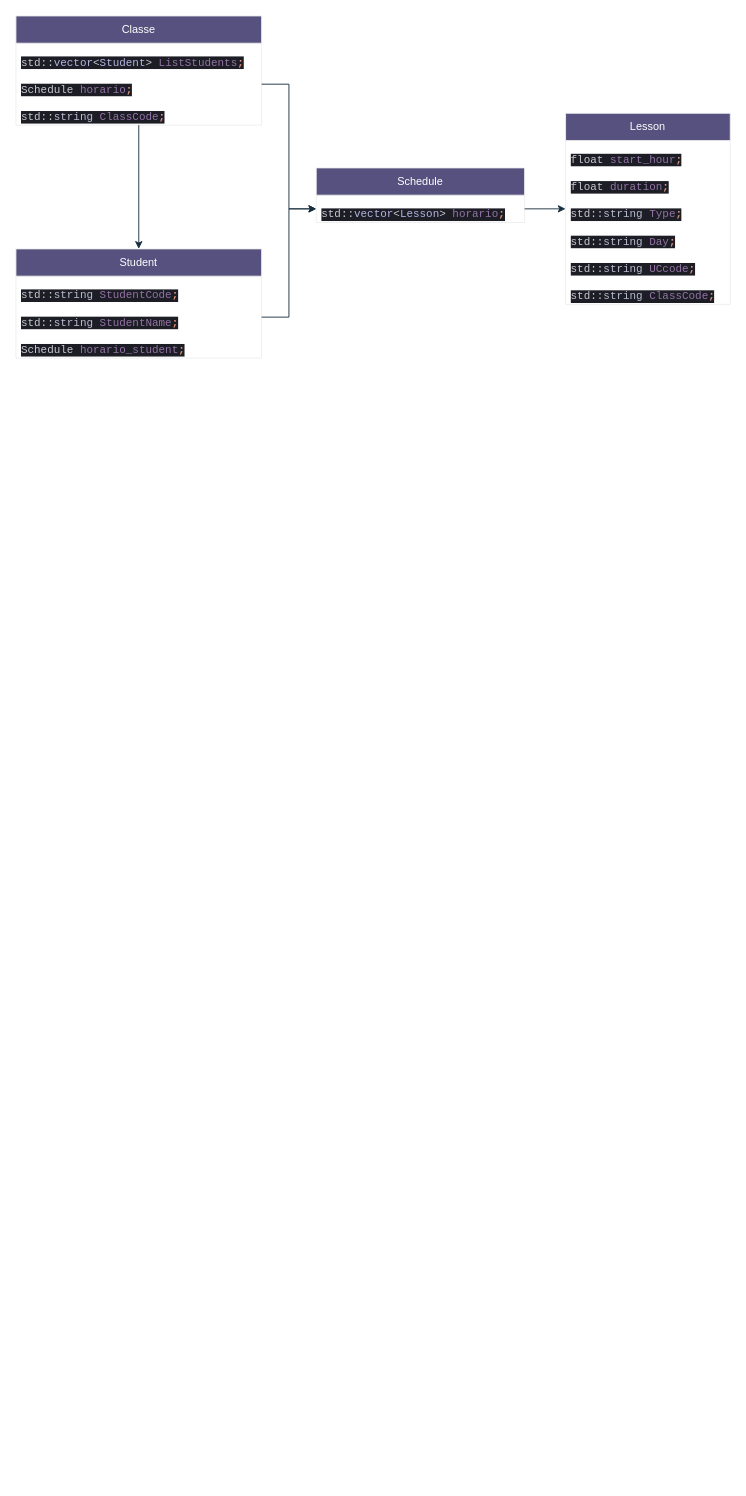
Before: Diagrama Classes.drawio in FrozenHart/AED-Project, a draw.io diagram. Source tidied: cells renumbered, new cells numbered last; positions are measured from the earlier drawing's top-left corner, leaving out a move shared by most shapes. Both pictures are drawn from the tidied source at 91%, with x=0, y=0 at pixel (15, 15).
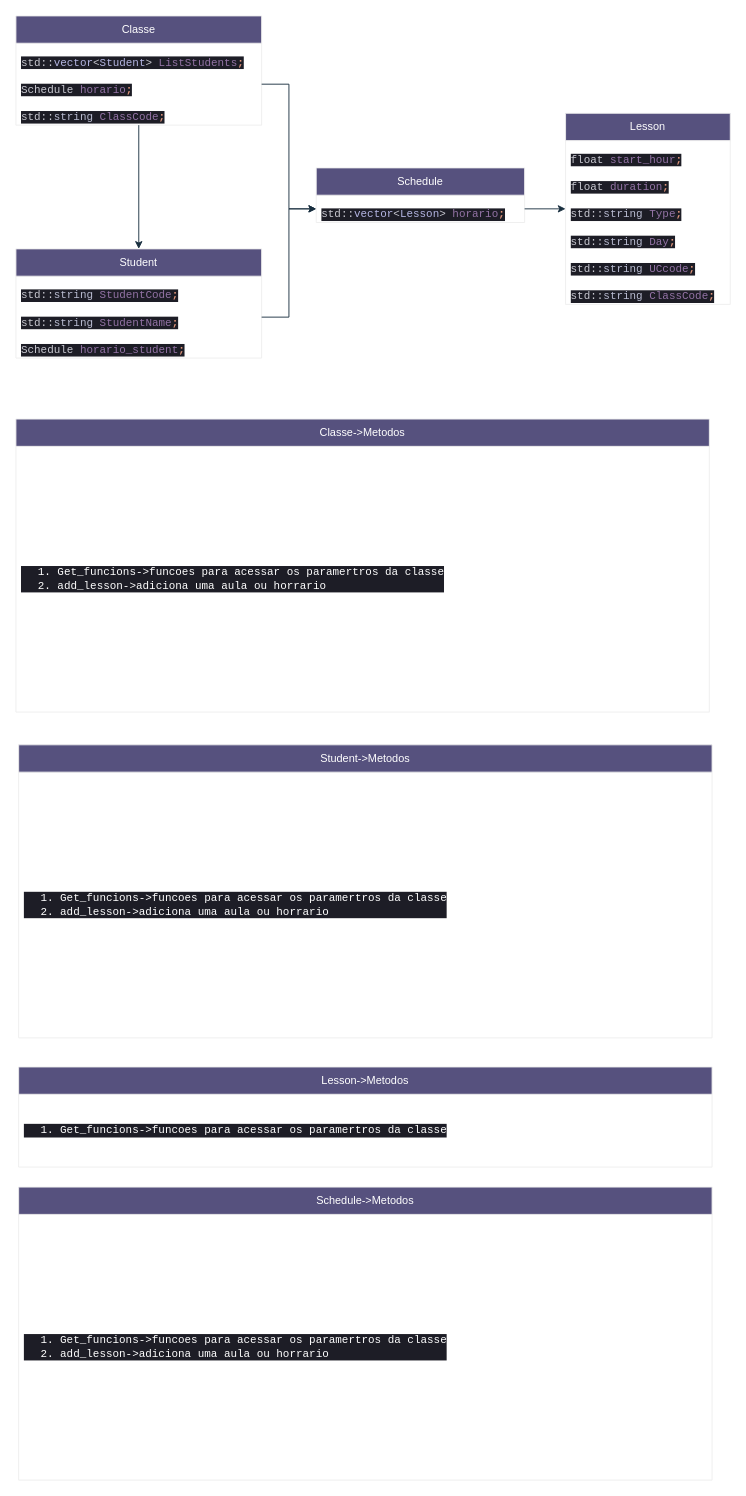
Above is the later version.

The edit, as a diff of the source:
```diff
@@
+    <mxCell id="23" value="Classe-&amp;gt;Metodos" style="swimlane;fontStyle=0;horizontal=1;startSize=30;whiteSpace=wrap;html=1;rounded=0;labelBackgroundColor=none;fillColor=#56517E;strokeColor=#EEEEEE;fontColor=#FFFFFF;" parent="1" vertex="1">
+      <mxGeometry y="443" width="762" height="322" as="geometry" />
+    </mxCell>
+    <mxCell id="24" value="&lt;div style=&quot;&quot;&gt;&lt;pre style=&quot;font-family: &amp;quot;JetBrains Mono&amp;quot;, monospace;&quot;&gt;&lt;div style=&quot;background-color: rgb(29, 29, 38);&quot;&gt;&lt;pre style=&quot;font-family: &amp;quot;JetBrains Mono&amp;quot;, monospace;&quot;&gt;&lt;div&gt;&lt;ol&gt;&lt;li&gt;Get_funcions-&amp;gt;funcoes para acessar os paramertros da classe&lt;/li&gt;&lt;li&gt;add_lesson-&amp;gt;adiciona uma aula ou horrario&lt;/li&gt;&lt;/ol&gt;&lt;/div&gt;&lt;/pre&gt;&lt;/div&gt;&lt;/pre&gt;&lt;/div&gt;" style="text;strokeColor=none;fillColor=none;align=left;verticalAlign=middle;spacingLeft=4;spacingRight=4;overflow=hidden;whiteSpace=wrap;html=1;rounded=0;labelBackgroundColor=none;fontColor=#FFFFFF;" parent="23" vertex="1">
+      <mxGeometry y="30" width="762" height="292" as="geometry" />
+    </mxCell>
+    <mxCell id="25" value="Student-&amp;gt;Metodos" style="swimlane;fontStyle=0;horizontal=1;startSize=30;whiteSpace=wrap;html=1;rounded=0;labelBackgroundColor=none;fillColor=#56517E;strokeColor=#EEEEEE;fontColor=#FFFFFF;" parent="1" vertex="1">
+      <mxGeometry x="3" y="801" width="762" height="322" as="geometry" />
+    </mxCell>
+    <mxCell id="26" value="&lt;div style=&quot;&quot;&gt;&lt;pre style=&quot;font-family: &amp;quot;JetBrains Mono&amp;quot;, monospace;&quot;&gt;&lt;div style=&quot;background-color: rgb(29, 29, 38);&quot;&gt;&lt;pre style=&quot;font-family: &amp;quot;JetBrains Mono&amp;quot;, monospace;&quot;&gt;&lt;div&gt;&lt;ol&gt;&lt;li&gt;Get_funcions-&amp;gt;funcoes para acessar os paramertros da classe&lt;/li&gt;&lt;li&gt;add_lesson-&amp;gt;adiciona uma aula ou horrario&lt;/li&gt;&lt;/ol&gt;&lt;/div&gt;&lt;/pre&gt;&lt;/div&gt;&lt;/pre&gt;&lt;/div&gt;" style="text;strokeColor=none;fillColor=none;align=left;verticalAlign=middle;spacingLeft=4;spacingRight=4;overflow=hidden;whiteSpace=wrap;html=1;rounded=0;labelBackgroundColor=none;fontColor=#FFFFFF;" parent="25" vertex="1">
+      <mxGeometry y="30" width="762" height="292" as="geometry" />
+    </mxCell>
+    <mxCell id="27" value="Lesson-&amp;gt;Metodos" style="swimlane;fontStyle=0;horizontal=1;startSize=30;whiteSpace=wrap;html=1;rounded=0;labelBackgroundColor=none;fillColor=#56517E;strokeColor=#EEEEEE;fontColor=#FFFFFF;" parent="1" vertex="1">
+      <mxGeometry x="3" y="1155" width="762" height="110" as="geometry" />
+    </mxCell>
+    <mxCell id="28" value="&lt;div style=&quot;&quot;&gt;&lt;pre style=&quot;font-family: &amp;quot;JetBrains Mono&amp;quot;, monospace;&quot;&gt;&lt;div style=&quot;background-color: rgb(29, 29, 38);&quot;&gt;&lt;pre style=&quot;font-family: &amp;quot;JetBrains Mono&amp;quot;, monospace;&quot;&gt;&lt;ol&gt;&lt;li&gt;Get_funcions-&amp;gt;funcoes para acessar os paramertros da classe&lt;/li&gt;&lt;/ol&gt;&lt;/pre&gt;&lt;/div&gt;&lt;/pre&gt;&lt;/div&gt;" style="text;strokeColor=none;fillColor=none;align=left;verticalAlign=middle;spacingLeft=4;spacingRight=4;overflow=hidden;whiteSpace=wrap;html=1;rounded=0;labelBackgroundColor=none;fontColor=#FFFFFF;" parent="27" vertex="1">
+      <mxGeometry y="30" width="762" height="80" as="geometry" />
+    </mxCell>
+    <mxCell id="29" value="Schedule-&amp;gt;Metodos" style="swimlane;fontStyle=0;horizontal=1;startSize=30;whiteSpace=wrap;html=1;rounded=0;labelBackgroundColor=none;fillColor=#56517E;strokeColor=#EEEEEE;fontColor=#FFFFFF;" parent="1" vertex="1">
+      <mxGeometry x="3" y="1287" width="762" height="322" as="geometry" />
+    </mxCell>
+    <mxCell id="30" value="&lt;div style=&quot;&quot;&gt;&lt;pre style=&quot;font-family: &amp;quot;JetBrains Mono&amp;quot;, monospace;&quot;&gt;&lt;div style=&quot;background-color: rgb(29, 29, 38);&quot;&gt;&lt;pre style=&quot;font-family: &amp;quot;JetBrains Mono&amp;quot;, monospace;&quot;&gt;&lt;div&gt;&lt;ol&gt;&lt;li&gt;Get_funcions-&amp;gt;funcoes para acessar os paramertros da classe&lt;/li&gt;&lt;li&gt;add_lesson-&amp;gt;adiciona uma aula ou horrario&lt;/li&gt;&lt;/ol&gt;&lt;/div&gt;&lt;/pre&gt;&lt;/div&gt;&lt;/pre&gt;&lt;/div&gt;" style="text;strokeColor=none;fillColor=none;align=left;verticalAlign=middle;spacingLeft=4;spacingRight=4;overflow=hidden;whiteSpace=wrap;html=1;rounded=0;labelBackgroundColor=none;fontColor=#FFFFFF;" parent="29" vertex="1">
+      <mxGeometry y="30" width="762" height="292" as="geometry" />
+    </mxCell>
```
